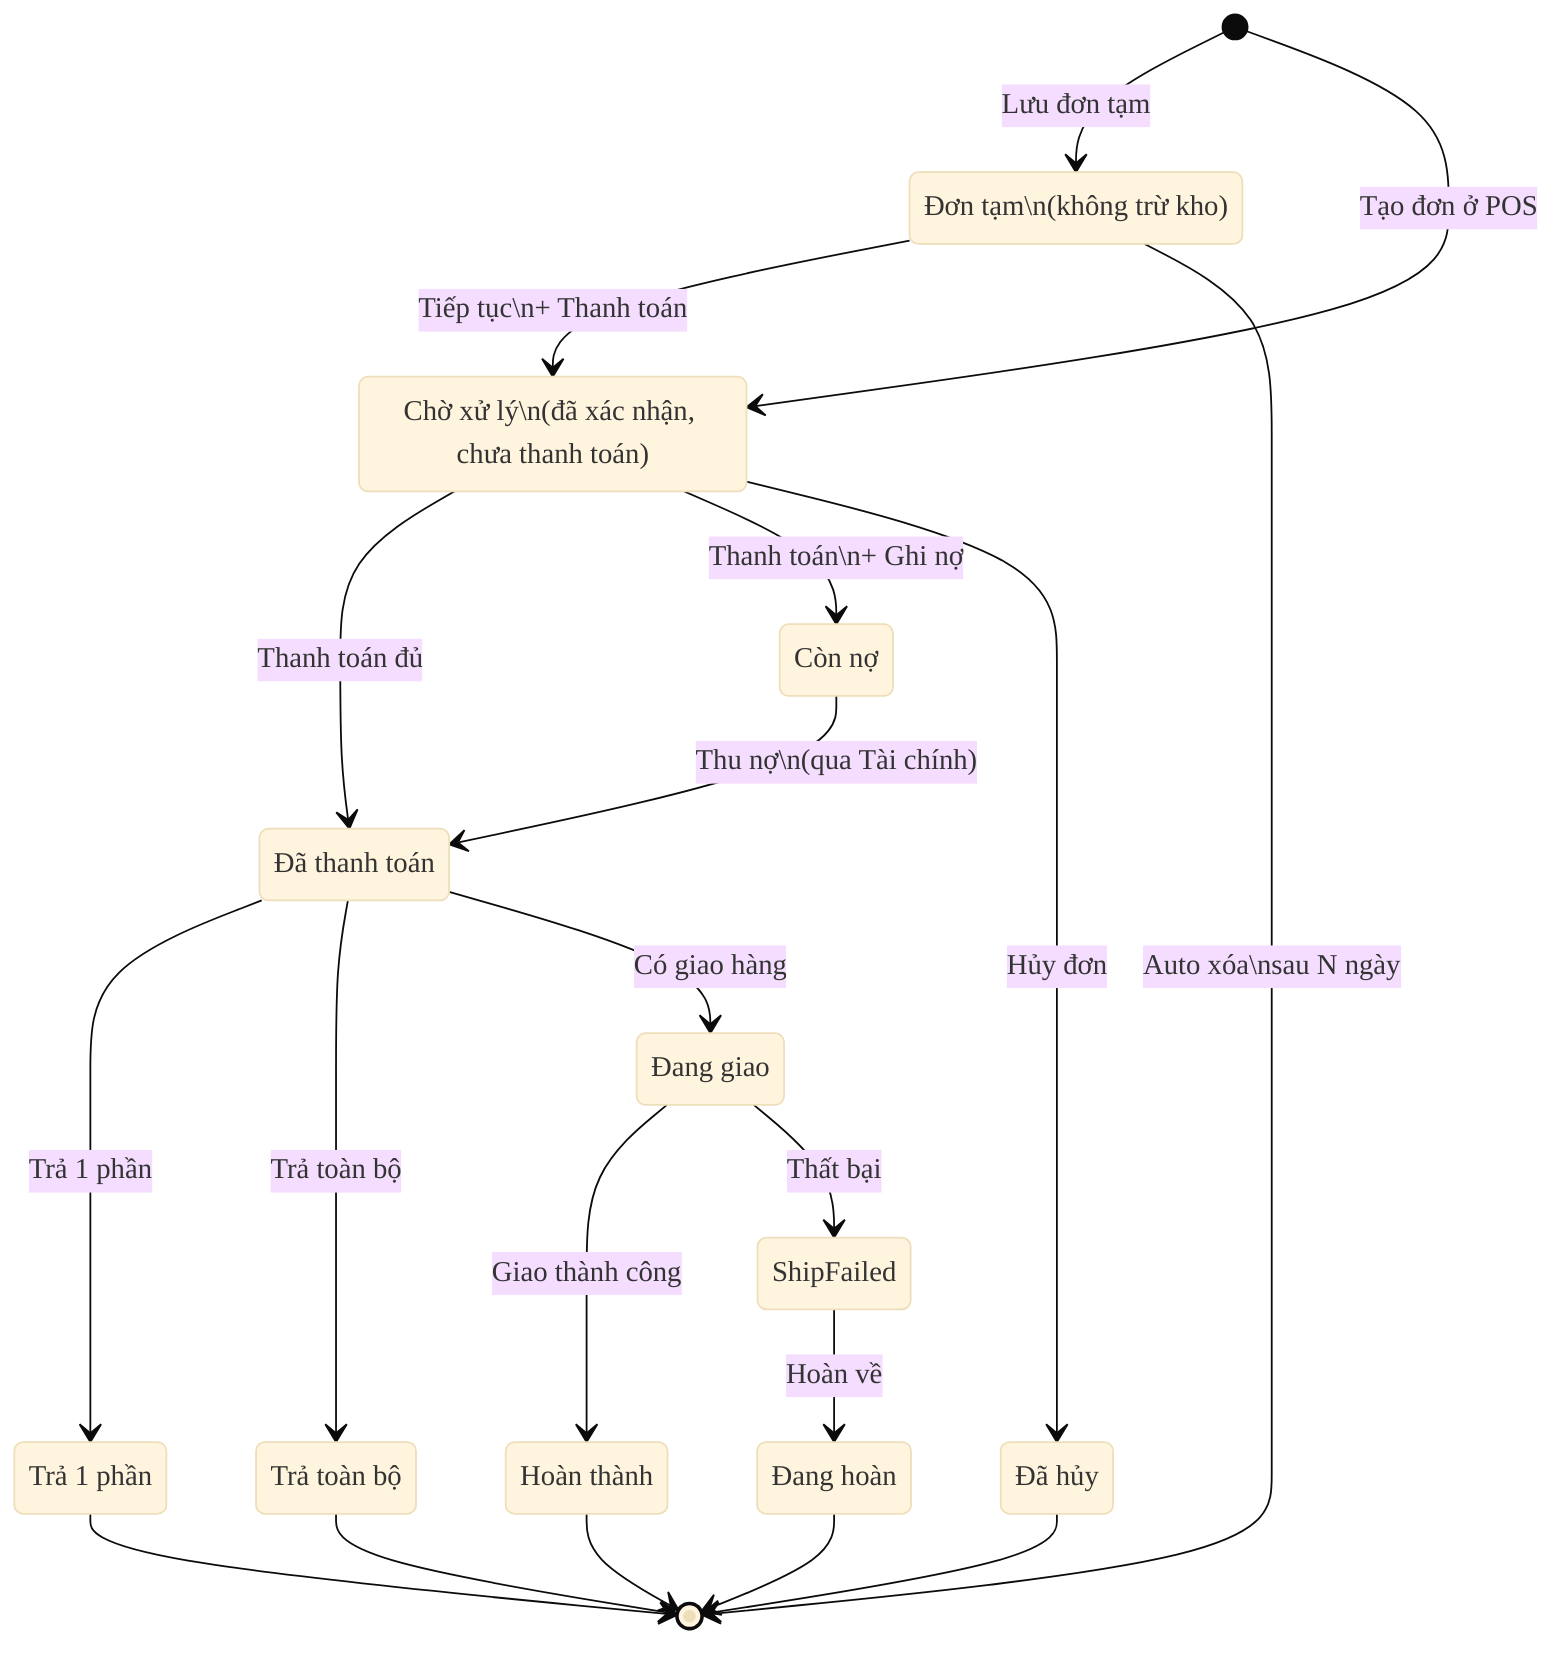
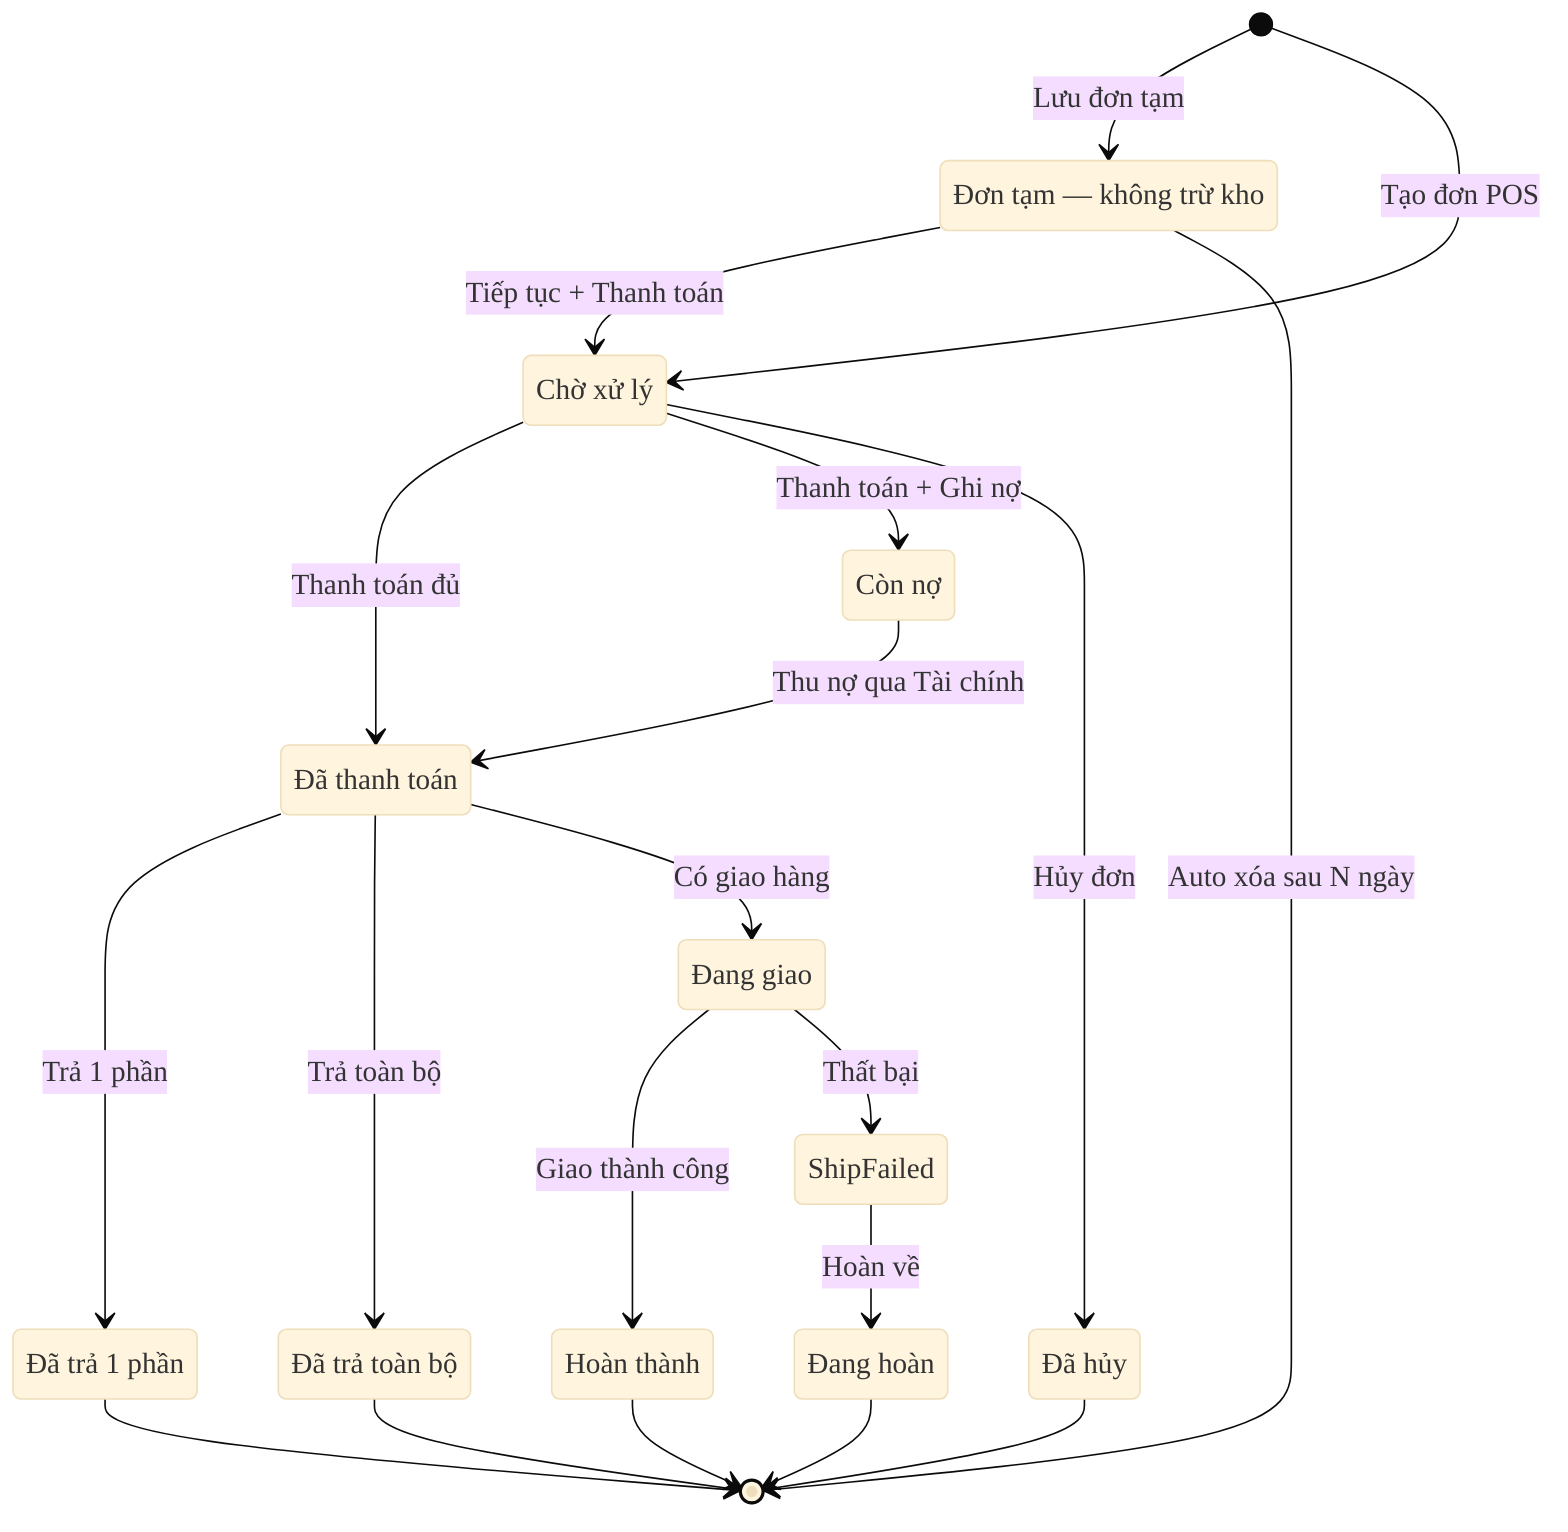
- %%{init: {'theme':'base', 'themeVariables': {'fontFamily':'Calibri'}}}%%
+ %%{init: {'theme':'base', 'themeVariables': {'fontFamily':'Calibri','fontSize':'18px'}}}%%
stateDiagram-v2
    [*] --> Draft: Lưu đơn tạm
-     [*] --> Pending: Tạo đơn ở POS
+     [*] --> Pending: Tạo đơn POS

-     Draft: Đơn tạm\n(không trừ kho)
-     Draft --> Pending: Tiếp tục\n+ Thanh toán
-     Draft --> [*]: Auto xóa\nsau N ngày
+     Draft: Đơn tạm — không trừ kho
+     Draft --> Pending: Tiếp tục + Thanh toán
+     Draft --> [*]: Auto xóa sau N ngày

-     Pending: Chờ xử lý\n(đã xác nhận, chưa thanh toán)
+     Pending: Chờ xử lý
    Pending --> Paid: Thanh toán đủ
-     Pending --> Debt: Thanh toán\n+ Ghi nợ
+     Pending --> Debt: Thanh toán + Ghi nợ
    Pending --> Cancelled: Hủy đơn

    Debt: Còn nợ
-     Debt --> Paid: Thu nợ\n(qua Tài chính)
+     Debt --> Paid: Thu nợ qua Tài chính

    Paid: Đã thanh toán
    Paid --> ReturnedPartial: Trả 1 phần
    Paid --> ReturnedFull: Trả toàn bộ
    Paid --> Shipping: Có giao hàng

    Shipping: Đang giao
    Shipping --> Delivered: Giao thành công
    Shipping --> ShipFailed: Thất bại
    ShipFailed --> Returning: Hoàn về

-     ReturnedPartial: Trả 1 phần
-     ReturnedFull: Trả toàn bộ
+     ReturnedPartial: Đã trả 1 phần
+     ReturnedFull: Đã trả toàn bộ
    Delivered: Hoàn thành
    Cancelled: Đã hủy
    Returning: Đang hoàn

    ReturnedPartial --> [*]
    ReturnedFull --> [*]
    Delivered --> [*]
    Cancelled --> [*]
    Returning --> [*]
